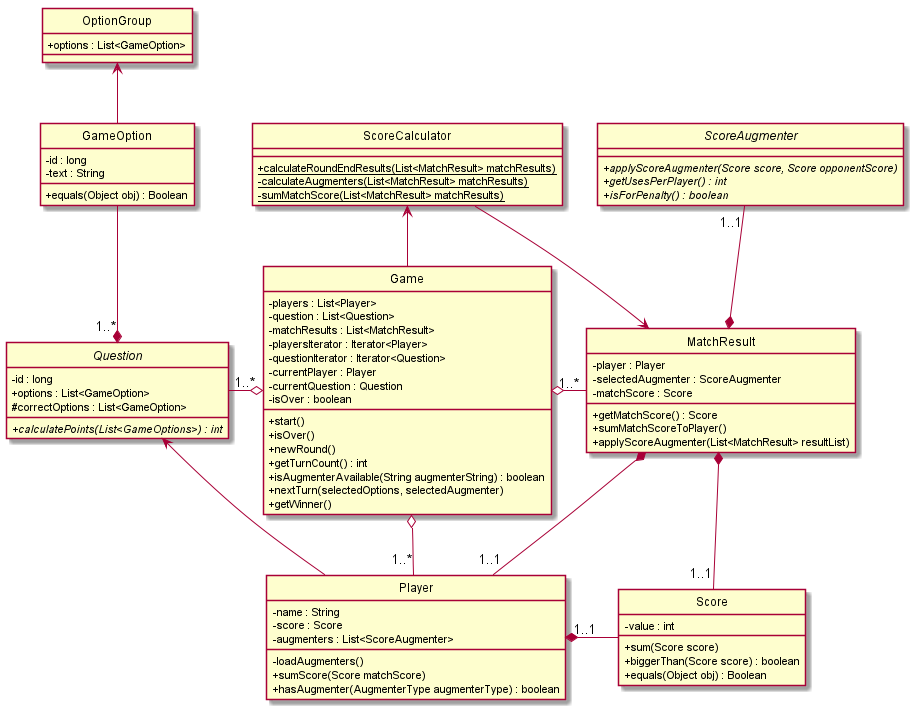
Before: docs/out/diagramaClases-Principal-TP2/DiagramaUML-Clases-TP2.png, a diagram exported from PlantUML (GEscandar/TP2-Kahoot).
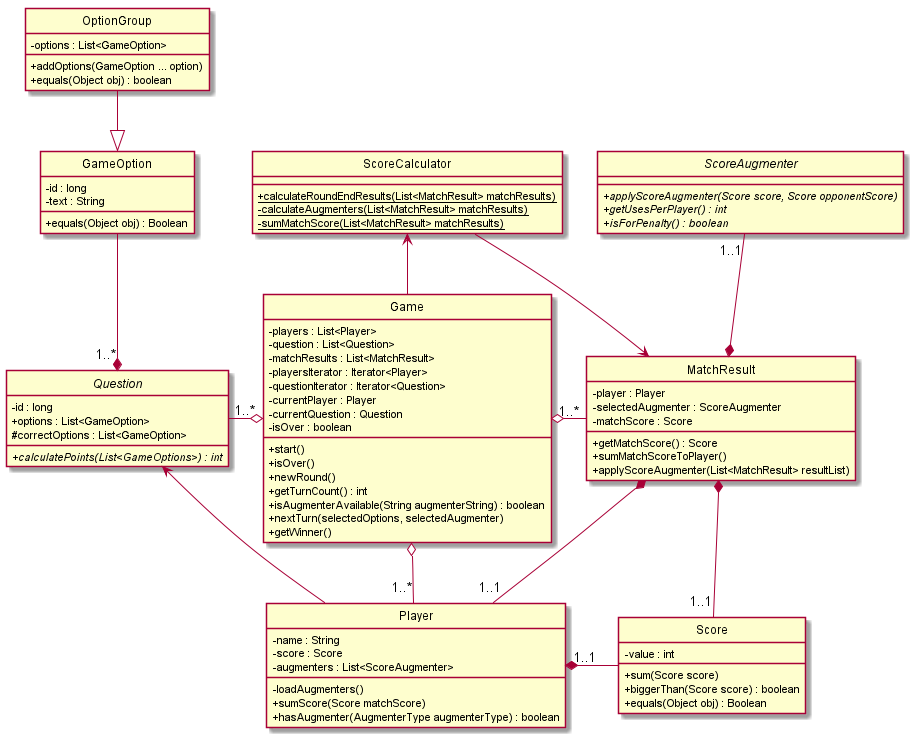
The same diagram one commit later.

Commit message:
Corrección diagramas de clase

Diff of the diagram source:
```diff
@@ -16,7 +16,9 @@
 }
 
 class OptionGroup{
-    + options : List<GameOption>
+    - options : List<GameOption>
+    + addOptions(GameOption ... option)
+    + equals(Object obj) : boolean
 }
 
 class MatchResult{
@@ -91,6 +93,6 @@
 Player "1..1"*--right Score
 
 Question "1..*"*--up GameOption
-GameOption --up> OptionGroup
+OptionGroup --down|> GameOption
 
 @enduml
```
